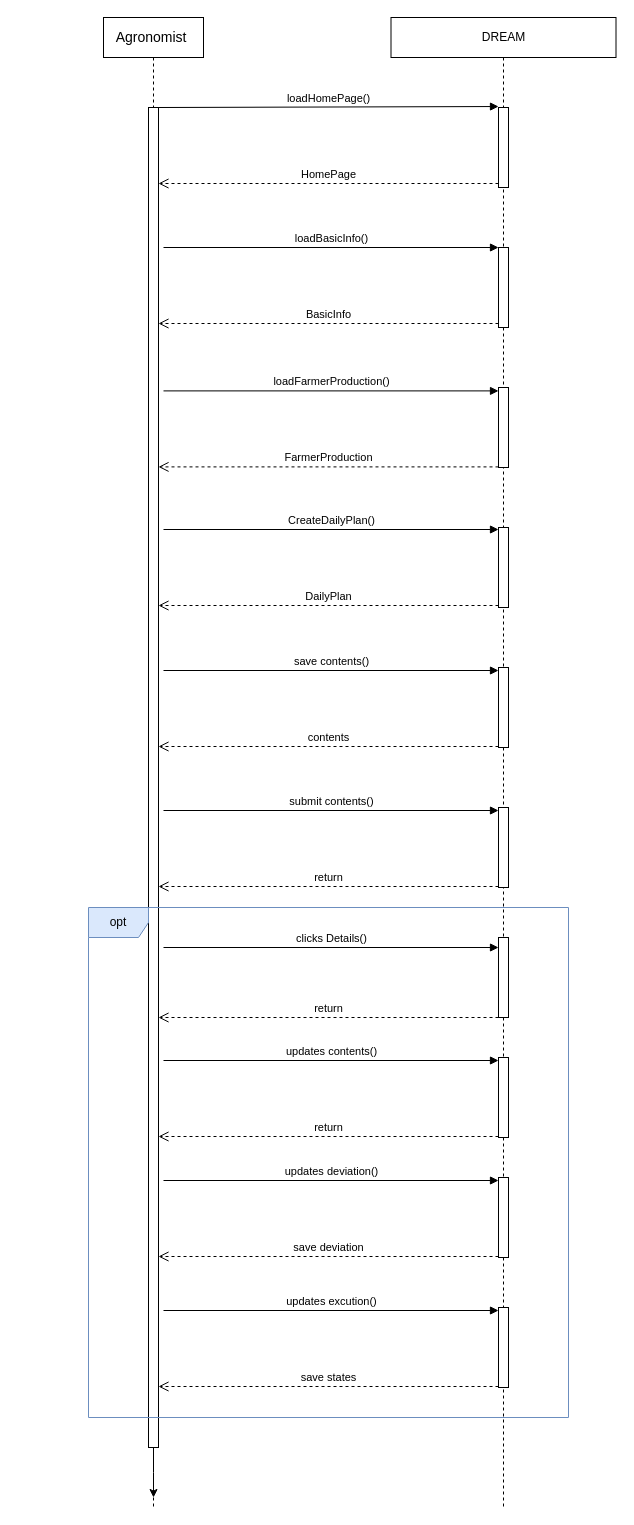
This is page "Agronomist-DailyPlan" (12 of 13) of RASD/diagrams/Sequence Diagram.drawio from ictar/DREAM-SE2-Project-2022, a draw.io file, before an edit. Source tidied: cells renumbered, new cells numbered last; positions are measured from the earlier drawing's top-left corner, leaving out a move shared by most shapes. Both pictures are drawn from the tidied source at 100%, with x=0, y=0 at pixel (88, 17).
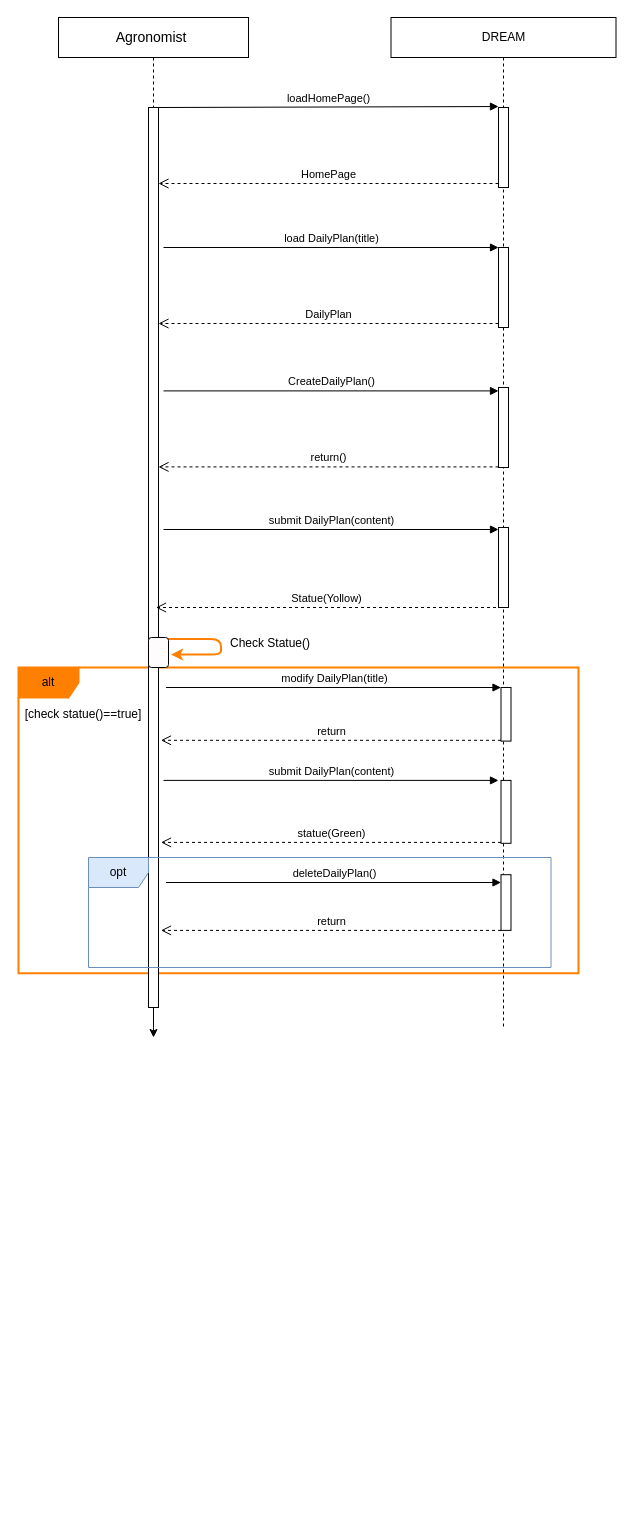
After the change.

Unchanged cells that the change refers to:
```xml
<mxCell id="18" style="html=1;points=[];perimeter=orthogonalPerimeter;" parent="1" vertex="1">
  <mxGeometry x="410" y="230" width="10" height="80" as="geometry" />
</mxCell>
```

Change to the diagram source:
```diff
@@
+    <mxCell id="37" value="alt" style="shape=umlFrame;whiteSpace=wrap;html=1;fillColor=#FF8000;strokeColor=#FF8000;strokeWidth=2;" parent="1" vertex="1">
+      <mxGeometry x="-70" y="650" width="560" height="305.7" as="geometry" />
+    </mxCell>
     <mxCell id="2" value="&lt;span lang=&quot;EN-US&quot; class=&quot;TextRun SCXW80379551 BCX0&quot; style=&quot;animation: 0s ease 0s 1 normal none running none ; appearance: none ; backface-visibility: visible ; background: none 0% 0% / auto repeat scroll padding-box border-box rgba(0 , 0 , 0 , 0) ; border-color: rgb(0 , 0 , 0) ; border-collapse: separate ; border-width: 0px ; border-style: none ; border-spacing: 0px ; border-radius: 0px ; box-shadow: none ; box-sizing: content-box ; caption-side: top ; clear: none ; clip: auto ; content: normal ; cursor: text ; direction: ltr ; display: inline ; empty-cells: show ; float: none ; font-size: 14px ; height: auto ; line-height: 16.1875px ; list-style: outside none disc ; margin: 0px ; max-height: none ; max-width: none ; min-height: 0px ; min-width: 0px ; opacity: 1 ; outline: rgb(0 , 0 , 0) none 0px ; overflow: visible ; overflow-wrap: break-word ; padding: 0px ; perspective: none ; perspective-origin: 0px 0px ; position: static ; resize: none ; speak: normal ; table-layout: auto ; text-overflow: clip ; text-shadow: none ; transform: none ; transform-origin: 0px 0px ; transform-style: flat ; transition: all 0s ease 0s ; unicode-bidi: normal ; vertical-align: baseline ; visibility: visible ; width: auto ; word-break: normal ; z-index: auto ; zoom: 1&quot;&gt;&lt;span class=&quot;NormalTextRun SCXW80379551 BCX0&quot;&gt;Agronomist&amp;nbsp;&lt;/span&gt;&lt;/span&gt;" style="shape=umlLifeline;perimeter=lifelinePerimeter;whiteSpace=wrap;html=1;" parent="1" vertex="1">
-      <mxGeometry x="15" width="100" height="1490" as="geometry" />
+      <mxGeometry x="-30" width="190" height="1000" as="geometry" />
     </mxCell>
     <mxCell id="3" value="DREAM" style="shape=umlLifeline;perimeter=lifelinePerimeter;whiteSpace=wrap;html=1;" parent="1" vertex="1">
-      <mxGeometry x="302.5" width="225" height="1490" as="geometry" />
+      <mxGeometry x="302.5" width="225" height="1010" as="geometry" />
     </mxCell>
@@
-    <mxCell id="6" value="loadBasicInfo()" style="html=1;verticalAlign=bottom;endArrow=block;entryX=0;entryY=0;rounded=0;" parent="1" edge="1" target="18">
-      <mxGeometry relative="1" as="geometry">
-        <mxPoint x="75" y="230" as="sourcePoint" />
-      </mxGeometry>
-    </mxCell>
-    <mxCell id="7" value="BasicInfo" style="html=1;verticalAlign=bottom;endArrow=open;dashed=1;endSize=8;exitX=0;exitY=0.95;rounded=0;" parent="1" edge="1" source="18">
-      <mxGeometry relative="1" as="geometry">
-        <mxPoint x="70" y="306" as="targetPoint" />
-      </mxGeometry>
-    </mxCell>
+    <mxCell id="38" value="load DailyPlan(title)" style="html=1;verticalAlign=bottom;endArrow=block;entryX=0;entryY=0;rounded=0;" parent="1" edge="1" target="18">
+      <mxGeometry relative="1" as="geometry">
+        <mxPoint x="75" y="230" as="sourcePoint" />
+      </mxGeometry>
+    </mxCell>
+    <mxCell id="11" value="DailyPlan" style="html=1;verticalAlign=bottom;endArrow=open;dashed=1;endSize=8;exitX=0;exitY=0.95;rounded=0;" parent="1" edge="1" source="18">
+      <mxGeometry relative="1" as="geometry">
+        <mxPoint x="70" y="306" as="targetPoint" />
+      </mxGeometry>
+    </mxCell>
@@
-    <mxCell id="9" value="FarmerProduction" style="html=1;verticalAlign=bottom;endArrow=open;dashed=1;endSize=8;exitX=0;exitY=0.95;rounded=0;" parent="1" edge="1">
-      <mxGeometry relative="1" as="geometry">
-        <mxPoint x="410" y="449.4" as="sourcePoint" />
-        <mxPoint x="70" y="449.4" as="targetPoint" />
-      </mxGeometry>
-    </mxCell>
-    <mxCell id="10" value="loadFarmerProduction()" style="html=1;verticalAlign=bottom;endArrow=block;entryX=0;entryY=0;rounded=0;" parent="1" edge="1">
-      <mxGeometry relative="1" as="geometry">
-        <mxPoint x="75" y="373.4" as="sourcePoint" />
-        <mxPoint x="410" y="373.4" as="targetPoint" />
-      </mxGeometry>
-    </mxCell>
-    <mxCell id="11" value="DailyPlan" style="html=1;verticalAlign=bottom;endArrow=open;dashed=1;endSize=8;exitX=0;exitY=0.95;rounded=0;" parent="1" edge="1">
-      <mxGeometry relative="1" as="geometry">
-        <mxPoint x="410" y="588" as="sourcePoint" />
-        <mxPoint x="70" y="588" as="targetPoint" />
-      </mxGeometry>
-    </mxCell>
+    <mxCell id="39" value="return()" style="html=1;verticalAlign=bottom;endArrow=open;dashed=1;endSize=8;exitX=0;exitY=0.95;rounded=0;" parent="1" edge="1">
+      <mxGeometry relative="1" as="geometry">
+        <mxPoint x="410" y="449.4" as="sourcePoint" />
+        <mxPoint x="70" y="449.4" as="targetPoint" />
+      </mxGeometry>
+    </mxCell>
     <mxCell id="12" value="CreateDailyPlan()" style="html=1;verticalAlign=bottom;endArrow=block;entryX=0;entryY=0;rounded=0;" parent="1" edge="1">
       <mxGeometry relative="1" as="geometry">
-        <mxPoint x="75" y="512" as="sourcePoint" />
-        <mxPoint x="410" y="512" as="targetPoint" />
+        <mxPoint x="75" y="373.4" as="sourcePoint" />
+        <mxPoint x="410" y="373.4" as="targetPoint" />
       </mxGeometry>
     </mxCell>
-    <mxCell id="13" value="contents" style="html=1;verticalAlign=bottom;endArrow=open;dashed=1;endSize=8;exitX=0;exitY=0.95;rounded=0;" parent="1" edge="1">
-      <mxGeometry relative="1" as="geometry">
-        <mxPoint x="410" y="729" as="sourcePoint" />
-        <mxPoint x="70" y="729" as="targetPoint" />
-      </mxGeometry>
-    </mxCell>
-    <mxCell id="14" value="save contents()" style="html=1;verticalAlign=bottom;endArrow=block;entryX=0;entryY=0;rounded=0;" parent="1" edge="1">
-      <mxGeometry relative="1" as="geometry">
-        <mxPoint x="75" y="653" as="sourcePoint" />
-        <mxPoint x="410" y="653" as="targetPoint" />
-      </mxGeometry>
-    </mxCell>
-    <mxCell id="15" value="return" style="html=1;verticalAlign=bottom;endArrow=open;dashed=1;endSize=8;exitX=0;exitY=0.95;rounded=0;" parent="1" edge="1">
-      <mxGeometry relative="1" as="geometry">
-        <mxPoint x="410" y="869" as="sourcePoint" />
-        <mxPoint x="70" y="869" as="targetPoint" />
-      </mxGeometry>
-    </mxCell>
-    <mxCell id="16" value="submit contents()" style="html=1;verticalAlign=bottom;endArrow=block;entryX=0;entryY=0;rounded=0;" parent="1" edge="1">
-      <mxGeometry relative="1" as="geometry">
-        <mxPoint x="75" y="793" as="sourcePoint" />
-        <mxPoint x="410" y="793" as="targetPoint" />
-      </mxGeometry>
-    </mxCell>
+    <mxCell id="40" value="submit DailyPlan(content)" style="html=1;verticalAlign=bottom;endArrow=block;entryX=0;entryY=0;rounded=0;" parent="1" edge="1">
+      <mxGeometry relative="1" as="geometry">
+        <mxPoint x="75" y="512" as="sourcePoint" />
+        <mxPoint x="410" y="512" as="targetPoint" />
+      </mxGeometry>
+    </mxCell>
@@
-    <mxCell id="20" style="html=1;perimeter=orthogonalPerimeter;" parent="1" vertex="1">
-      <mxGeometry x="410" y="650" width="10" height="80" as="geometry" />
-    </mxCell>
-    <mxCell id="21" style="html=1;perimeter=orthogonalPerimeter;" parent="1" vertex="1">
-      <mxGeometry x="410" y="790" width="10" height="80" as="geometry" />
-    </mxCell>
-    <mxCell id="22" style="edgeStyle=orthogonalEdgeStyle;rounded=0;jettySize=auto;html=1;" parent="1" edge="1" source="23">
-      <mxGeometry relative="1" as="geometry">
-        <mxPoint x="65" y="1480" as="targetPoint" />
-      </mxGeometry>
-    </mxCell>
-    <mxCell id="23" style="html=1;points=[];perimeter=orthogonalPerimeter;" parent="1" vertex="1">
-      <mxGeometry x="60" y="90" width="10" height="1340" as="geometry" />
-    </mxCell>
-    <mxCell id="24" style="html=1;perimeter=orthogonalPerimeter;" parent="1" vertex="1">
-      <mxGeometry x="410" y="920" width="10" height="80" as="geometry" />
-    </mxCell>
-    <mxCell id="25" value="clicks Details()" style="html=1;verticalAlign=bottom;endArrow=block;entryX=0;entryY=0;rounded=0;" parent="1" edge="1">
-      <mxGeometry relative="1" as="geometry">
-        <mxPoint x="75" y="930" as="sourcePoint" />
-        <mxPoint x="410" y="930" as="targetPoint" />
-      </mxGeometry>
-    </mxCell>
-    <mxCell id="26" value="return" style="html=1;verticalAlign=bottom;endArrow=open;dashed=1;endSize=8;exitX=0;exitY=0.95;rounded=0;" parent="1" edge="1">
-      <mxGeometry relative="1" as="geometry">
-        <mxPoint x="410" y="1000" as="sourcePoint" />
-        <mxPoint x="70" y="1000" as="targetPoint" />
-      </mxGeometry>
-    </mxCell>
-    <mxCell id="27" value="return" style="html=1;verticalAlign=bottom;endArrow=open;dashed=1;endSize=8;exitX=0;exitY=0.95;rounded=0;" parent="1" edge="1">
-      <mxGeometry relative="1" as="geometry">
-        <mxPoint x="410" y="1119" as="sourcePoint" />
-        <mxPoint x="70" y="1119" as="targetPoint" />
-      </mxGeometry>
-    </mxCell>
-    <mxCell id="28" value="updates contents()" style="html=1;verticalAlign=bottom;endArrow=block;entryX=0;entryY=0;rounded=0;" parent="1" edge="1">
-      <mxGeometry relative="1" as="geometry">
-        <mxPoint x="75" y="1043" as="sourcePoint" />
-        <mxPoint x="410" y="1043" as="targetPoint" />
-      </mxGeometry>
-    </mxCell>
-    <mxCell id="29" style="html=1;perimeter=orthogonalPerimeter;" parent="1" vertex="1">
-      <mxGeometry x="410" y="1040" width="10" height="80" as="geometry" />
-    </mxCell>
-    <mxCell id="30" value="save deviation" style="html=1;verticalAlign=bottom;endArrow=open;dashed=1;endSize=8;exitX=0;exitY=0.95;rounded=0;" parent="1" edge="1">
-      <mxGeometry relative="1" as="geometry">
-        <mxPoint x="410" y="1239" as="sourcePoint" />
-        <mxPoint x="70" y="1239" as="targetPoint" />
-      </mxGeometry>
-    </mxCell>
-    <mxCell id="31" value="updates deviation()" style="html=1;verticalAlign=bottom;endArrow=block;entryX=0;entryY=0;rounded=0;" parent="1" edge="1">
-      <mxGeometry relative="1" as="geometry">
-        <mxPoint x="75" y="1163" as="sourcePoint" />
-        <mxPoint x="410" y="1163" as="targetPoint" />
-      </mxGeometry>
-    </mxCell>
-    <mxCell id="32" style="html=1;perimeter=orthogonalPerimeter;" parent="1" vertex="1">
-      <mxGeometry x="410" y="1160" width="10" height="80" as="geometry" />
-    </mxCell>
-    <mxCell id="33" value="save states" style="html=1;verticalAlign=bottom;endArrow=open;dashed=1;endSize=8;exitX=0;exitY=0.95;rounded=0;" parent="1" edge="1">
-      <mxGeometry relative="1" as="geometry">
-        <mxPoint x="410" y="1369" as="sourcePoint" />
-        <mxPoint x="70" y="1369" as="targetPoint" />
-      </mxGeometry>
-    </mxCell>
-    <mxCell id="34" value="updates excution()" style="html=1;verticalAlign=bottom;endArrow=block;entryX=0;entryY=0;rounded=0;" parent="1" edge="1">
-      <mxGeometry relative="1" as="geometry">
-        <mxPoint x="75" y="1293" as="sourcePoint" />
-        <mxPoint x="410" y="1293" as="targetPoint" />
-      </mxGeometry>
-    </mxCell>
-    <mxCell id="35" style="html=1;perimeter=orthogonalPerimeter;" parent="1" vertex="1">
-      <mxGeometry x="410" y="1290" width="10" height="80" as="geometry" />
-    </mxCell>
+    <mxCell id="41" style="edgeStyle=orthogonalEdgeStyle;rounded=0;jettySize=auto;html=1;" parent="1" edge="1" source="42">
+      <mxGeometry relative="1" as="geometry">
+        <mxPoint x="65" y="1020" as="targetPoint" />
+      </mxGeometry>
+    </mxCell>
+    <mxCell id="42" style="html=1;points=[];perimeter=orthogonalPerimeter;" parent="1" vertex="1">
+      <mxGeometry x="60" y="90" width="10" height="900" as="geometry" />
+    </mxCell>
+    <mxCell id="43" style="group;" parent="1" vertex="1">
+      <mxGeometry x="-20" y="390" width="530" height="770" as="geometry" />
+    </mxCell>
+    <mxCell id="44" style="group;" parent="43" vertex="1">
+      <mxGeometry width="530" height="770" as="geometry" />
+    </mxCell>
+    <mxCell id="45" value="Statue(Yollow)" style="html=1;verticalAlign=bottom;endArrow=open;dashed=1;endSize=8;exitX=0;exitY=0.95;rounded=0;" parent="44" edge="1">
+      <mxGeometry relative="1" as="geometry">
+        <mxPoint x="427.5" y="200" as="sourcePoint" />
+        <mxPoint x="87.5" y="200" as="targetPoint" />
+      </mxGeometry>
+    </mxCell>
+    <mxCell id="46" style="html=1;perimeter=orthogonalPerimeter;" parent="44" vertex="1">
+      <mxGeometry x="432.5" y="280" width="10" height="53.6" as="geometry" />
+    </mxCell>
+    <mxCell id="47" value="modify DailyPlan(title)" style="html=1;verticalAlign=bottom;endArrow=block;entryX=0;entryY=0;rounded=0;" parent="44" edge="1">
+      <mxGeometry relative="1" as="geometry">
+        <mxPoint x="97.5" y="280" as="sourcePoint" />
+        <mxPoint x="432.5" y="280" as="targetPoint" />
+      </mxGeometry>
+    </mxCell>
+    <mxCell id="48" value="return" style="html=1;verticalAlign=bottom;endArrow=open;dashed=1;endSize=8;exitX=0;exitY=0.95;rounded=0;" parent="44" edge="1">
+      <mxGeometry relative="1" as="geometry">
+        <mxPoint x="432.5" y="332.8" as="sourcePoint" />
+        <mxPoint x="92.5" y="332.8" as="targetPoint" />
+      </mxGeometry>
+    </mxCell>
+    <mxCell id="49" value="submit DailyPlan(content)" style="html=1;verticalAlign=bottom;endArrow=block;entryX=0;entryY=0;rounded=0;" parent="44" edge="1">
+      <mxGeometry relative="1" as="geometry">
+        <mxPoint x="95" y="372.9" as="sourcePoint" />
+        <mxPoint x="430" y="372.9" as="targetPoint" />
+      </mxGeometry>
+    </mxCell>
+    <mxCell id="50" value="statue(Green)" style="html=1;verticalAlign=bottom;endArrow=open;dashed=1;endSize=8;exitX=0;exitY=0.95;rounded=0;" parent="44" edge="1">
+      <mxGeometry relative="1" as="geometry">
+        <mxPoint x="432.5" y="434.9" as="sourcePoint" />
+        <mxPoint x="92.5" y="434.9" as="targetPoint" />
+      </mxGeometry>
+    </mxCell>
+    <mxCell id="51" style="html=1;perimeter=orthogonalPerimeter;" parent="44" vertex="1">
+      <mxGeometry x="432.5" y="372.9" width="10" height="62.9" as="geometry" />
+    </mxCell>
+    <mxCell id="52" value="Check Statue()" style="text;html=1;strokeColor=none;fillColor=none;align=center;verticalAlign=middle;whiteSpace=wrap;rounded=0;" parent="44" vertex="1">
+      <mxGeometry x="160" y="223.6" width="84" height="24.8" as="geometry" />
+    </mxCell>
+    <mxCell id="53" style="endArrow=classic;html=1;rounded=1;strokeColor=#FF8000;strokeWidth=2;" parent="44" edge="1">
+      <mxGeometry relative="1" as="geometry">
+        <mxPoint x="92.5" y="231.4" as="sourcePoint" />
+        <mxPoint x="102.5" y="247.1" as="targetPoint" />
+        <Array as="points">
+          <mxPoint x="152.5" y="231.4" />
+          <mxPoint x="152.5" y="247.1" />
+        </Array>
+      </mxGeometry>
+    </mxCell>
+    <mxCell id="54" value="deleteDailyPlan()" style="html=1;verticalAlign=bottom;endArrow=block;entryX=0;entryY=0;rounded=0;" parent="44" edge="1">
+      <mxGeometry relative="1" as="geometry">
+        <mxPoint x="97.5" y="475" as="sourcePoint" />
+        <mxPoint x="432.5" y="475" as="targetPoint" />
+      </mxGeometry>
+    </mxCell>
+    <mxCell id="55" value="return" style="html=1;verticalAlign=bottom;endArrow=open;dashed=1;endSize=8;exitX=0;exitY=0.95;rounded=0;" parent="44" edge="1">
+      <mxGeometry relative="1" as="geometry">
+        <mxPoint x="432.5" y="522.9" as="sourcePoint" />
+        <mxPoint x="92.5" y="522.9" as="targetPoint" />
+      </mxGeometry>
+    </mxCell>
+    <mxCell id="56" style="html=1;perimeter=orthogonalPerimeter;" parent="44" vertex="1">
+      <mxGeometry x="432.5" y="467.2" width="10" height="55.7" as="geometry" />
+    </mxCell>
+    <mxCell id="57" value="[check statue()==true]" style="text;html=1;strokeColor=none;fillColor=none;align=center;verticalAlign=middle;whiteSpace=wrap;rounded=0;" parent="44" vertex="1">
+      <mxGeometry x="-50" y="295" width="130" height="23.6" as="geometry" />
+    </mxCell>
+    <mxCell id="58" style="rounded=1;whiteSpace=wrap;html=1;strokeColor=default;strokeWidth=1;fillColor=#FFFCFE;" parent="1" vertex="1">
+      <mxGeometry x="60" y="620" width="20" height="30" as="geometry" />
+    </mxCell>
     <mxCell id="36" value="opt" style="shape=umlFrame;whiteSpace=wrap;html=1;fillColor=#dae8fc;strokeColor=#6c8ebf;" parent="1" vertex="1">
-      <mxGeometry y="890" width="480" height="510" as="geometry" />
+      <mxGeometry y="840" width="462.5" height="110" as="geometry" />
     </mxCell>
```
